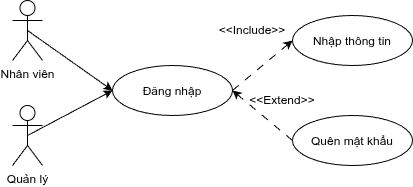
Before: Biểu đồ ca sử dụng/Đăng nhập.png, a diagram exported from draw.io (quang2097/web_java). Source tidied: cells renumbered, new cells last; positions are measured from the earlier drawing's top-left corner, leaving out a move shared by most shapes. Its diagram source:
```xml
<mxGraphModel>
  <root>
    <mxCell id="0" />
    <mxCell id="1" parent="0" />
    <mxCell id="2" style="rounded=0;jettySize=auto;html=1;exitX=0.5;exitY=0.5;exitDx=0;exitDy=0;exitPerimeter=0;defaultLabelBackgroundColor=page;entryX=0;entryY=0.5;entryDx=0;entryDy=0;" parent="1" edge="1" source="3" target="6">
      <mxGeometry relative="1" as="geometry" />
    </mxCell>
    <mxCell id="3" value="Nhân viên" style="shape=umlActor;verticalLabelPosition=bottom;verticalAlign=top;html=1;outlineConnect=0;labelPerimeter=1;" parent="1" vertex="1">
      <mxGeometry width="30" height="60" as="geometry" />
    </mxCell>
    <mxCell id="4" style="rounded=0;jettySize=auto;html=1;exitX=0;exitY=0.5;exitDx=0;exitDy=0;defaultLabelBackgroundColor=page;flowAnimation=1;entryX=1;entryY=0.5;entryDx=0;entryDy=0;" parent="1" edge="1" source="7" target="6">
      <mxGeometry relative="1" as="geometry" />
    </mxCell>
    <mxCell id="5" style="rounded=0;jettySize=auto;html=1;exitX=1;exitY=0.5;exitDx=0;exitDy=0;entryX=0;entryY=0.5;entryDx=0;entryDy=0;defaultLabelBackgroundColor=page;flowAnimation=1;" parent="1" edge="1" source="6" target="8">
      <mxGeometry relative="1" as="geometry" />
    </mxCell>
    <mxCell id="6" value="Đăng nhập" style="ellipse;whiteSpace=wrap;html=1;shapeInside=1;" parent="1" vertex="1">
      <mxGeometry x="100" y="65" width="120" height="50" as="geometry" />
    </mxCell>
    <mxCell id="7" value="Quên mật khẩu" style="ellipse;whiteSpace=wrap;html=1;shapeInside=1;" parent="1" vertex="1">
      <mxGeometry x="280" y="115" width="120" height="50" as="geometry" />
    </mxCell>
    <mxCell id="8" value="Nhập thông tin" style="ellipse;whiteSpace=wrap;html=1;shapeInside=1;" parent="1" vertex="1">
      <mxGeometry x="280" y="15" width="120" height="50" as="geometry" />
    </mxCell>
    <mxCell id="9" value="&amp;lt;&amp;lt;Include&amp;gt;&amp;gt;" style="text;html=1;whiteSpace=wrap;strokeColor=none;fillColor=none;align=center;verticalAlign=middle;rounded=0;" parent="1" vertex="1">
      <mxGeometry x="210" y="15" width="60" height="30" as="geometry" />
    </mxCell>
    <mxCell id="10" value="&amp;lt;&amp;lt;Extend&amp;gt;&amp;gt;" style="text;html=1;whiteSpace=wrap;strokeColor=none;fillColor=none;align=center;verticalAlign=middle;rounded=0;" parent="1" vertex="1">
      <mxGeometry x="240" y="85" width="60" height="30" as="geometry" />
    </mxCell>
    <mxCell id="11" style="rounded=0;jettySize=auto;html=1;exitX=0.5;exitY=0.5;exitDx=0;exitDy=0;exitPerimeter=0;entryX=0;entryY=0.5;entryDx=0;entryDy=0;defaultLabelBackgroundColor=page;" parent="1" edge="1" source="12" target="6">
      <mxGeometry relative="1" as="geometry" />
    </mxCell>
    <mxCell id="12" value="Quản lý" style="shape=umlActor;verticalLabelPosition=bottom;verticalAlign=top;html=1;outlineConnect=0;labelPerimeter=1;" parent="1" vertex="1">
      <mxGeometry y="105" width="30" height="60" as="geometry" />
    </mxCell>
  </root>
</mxGraphModel>
```
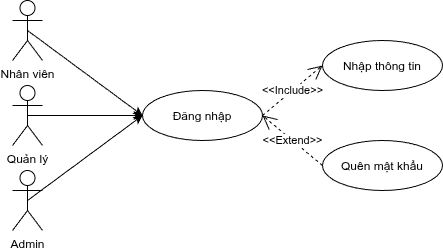
The same file after the commit.

Diff of the diagram source:
```diff
@@ -6,14 +6,8 @@
       <mxGeometry relative="1" as="geometry" />
     </mxCell>
     <mxCell id="3" value="Nhân viên" style="shape=umlActor;verticalLabelPosition=bottom;verticalAlign=top;html=1;outlineConnect=0;labelPerimeter=1;" parent="1" vertex="1">
-      <mxGeometry width="30" height="60" as="geometry" />
+      <mxGeometry x="-30" y="-25" width="30" height="60" as="geometry" />
     </mxCell>
-    <mxCell id="4" style="rounded=0;jettySize=auto;html=1;exitX=0;exitY=0.5;exitDx=0;exitDy=0;defaultLabelBackgroundColor=page;flowAnimation=1;entryX=1;entryY=0.5;entryDx=0;entryDy=0;" parent="1" edge="1" source="7" target="6">
-      <mxGeometry relative="1" as="geometry" />
-    </mxCell>
-    <mxCell id="5" style="rounded=0;jettySize=auto;html=1;exitX=1;exitY=0.5;exitDx=0;exitDy=0;entryX=0;entryY=0.5;entryDx=0;entryDy=0;defaultLabelBackgroundColor=page;flowAnimation=1;" parent="1" edge="1" source="6" target="8">
-      <mxGeometry relative="1" as="geometry" />
-    </mxCell>
     <mxCell id="6" value="Đăng nhập" style="ellipse;whiteSpace=wrap;html=1;shapeInside=1;" parent="1" vertex="1">
       <mxGeometry x="100" y="65" width="120" height="50" as="geometry" />
     </mxCell>
@@ -23,17 +17,23 @@
     <mxCell id="8" value="Nhập thông tin" style="ellipse;whiteSpace=wrap;html=1;shapeInside=1;" parent="1" vertex="1">
       <mxGeometry x="280" y="15" width="120" height="50" as="geometry" />
     </mxCell>
-    <mxCell id="9" value="&amp;lt;&amp;lt;Include&amp;gt;&amp;gt;" style="text;html=1;whiteSpace=wrap;strokeColor=none;fillColor=none;align=center;verticalAlign=middle;rounded=0;" parent="1" vertex="1">
-      <mxGeometry x="210" y="15" width="60" height="30" as="geometry" />
-    </mxCell>
-    <mxCell id="10" value="&amp;lt;&amp;lt;Extend&amp;gt;&amp;gt;" style="text;html=1;whiteSpace=wrap;strokeColor=none;fillColor=none;align=center;verticalAlign=middle;rounded=0;" parent="1" vertex="1">
-      <mxGeometry x="240" y="85" width="60" height="30" as="geometry" />
-    </mxCell>
     <mxCell id="11" style="rounded=0;jettySize=auto;html=1;exitX=0.5;exitY=0.5;exitDx=0;exitDy=0;exitPerimeter=0;entryX=0;entryY=0.5;entryDx=0;entryDy=0;defaultLabelBackgroundColor=page;" parent="1" edge="1" source="12" target="6">
       <mxGeometry relative="1" as="geometry" />
     </mxCell>
     <mxCell id="12" value="Quản lý" style="shape=umlActor;verticalLabelPosition=bottom;verticalAlign=top;html=1;outlineConnect=0;labelPerimeter=1;" parent="1" vertex="1">
-      <mxGeometry y="105" width="30" height="60" as="geometry" />
+      <mxGeometry x="-30" y="60" width="30" height="60" as="geometry" />
     </mxCell>
+    <mxCell id="13" style="rounded=0;jettySize=auto;html=1;exitX=0.5;exitY=0.5;exitDx=0;exitDy=0;exitPerimeter=0;entryX=0;entryY=0.5;entryDx=0;entryDy=0;defaultLabelBackgroundColor=page;" parent="1" edge="1" source="14" target="6">
+      <mxGeometry relative="1" as="geometry" />
+    </mxCell>
+    <mxCell id="14" value="Admin" style="shape=umlActor;verticalLabelPosition=bottom;verticalAlign=top;html=1;outlineConnect=0;labelPerimeter=1;" parent="1" vertex="1">
+      <mxGeometry x="-30" y="145" width="30" height="60" as="geometry" />
+    </mxCell>
+    <mxCell id="10" value="&amp;lt;&amp;lt;Extend&amp;gt;&amp;gt;" style="endArrow=open;endSize=12;dashed=1;html=1;rounded=0;defaultLabelBackgroundColor=page;entryX=1;entryY=0.5;entryDx=0;entryDy=0;exitX=0;exitY=0.5;exitDx=0;exitDy=0;" parent="1" edge="1" source="7" target="6">
+      <mxGeometry relative="1" as="geometry" />
+    </mxCell>
+    <mxCell id="9" value="&amp;lt;&amp;lt;Include&amp;gt;&amp;gt;" style="endArrow=open;endSize=12;dashed=1;html=1;rounded=0;defaultLabelBackgroundColor=page;exitX=1;exitY=0.5;exitDx=0;exitDy=0;entryX=0;entryY=0.5;entryDx=0;entryDy=0;" parent="1" edge="1" source="6" target="8">
+      <mxGeometry relative="1" as="geometry" />
+    </mxCell>
   </root>
 </mxGraphModel>
```
